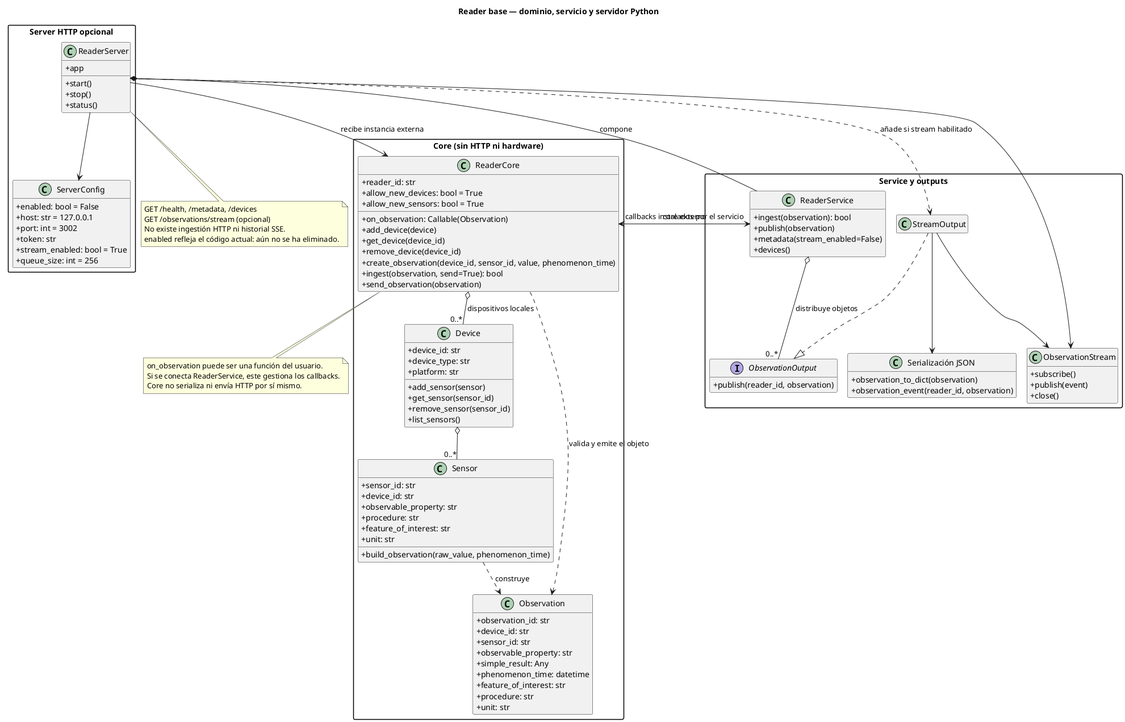
Above: docs/reader.png in ParriCode/phonedo (PlantUML), before the change.
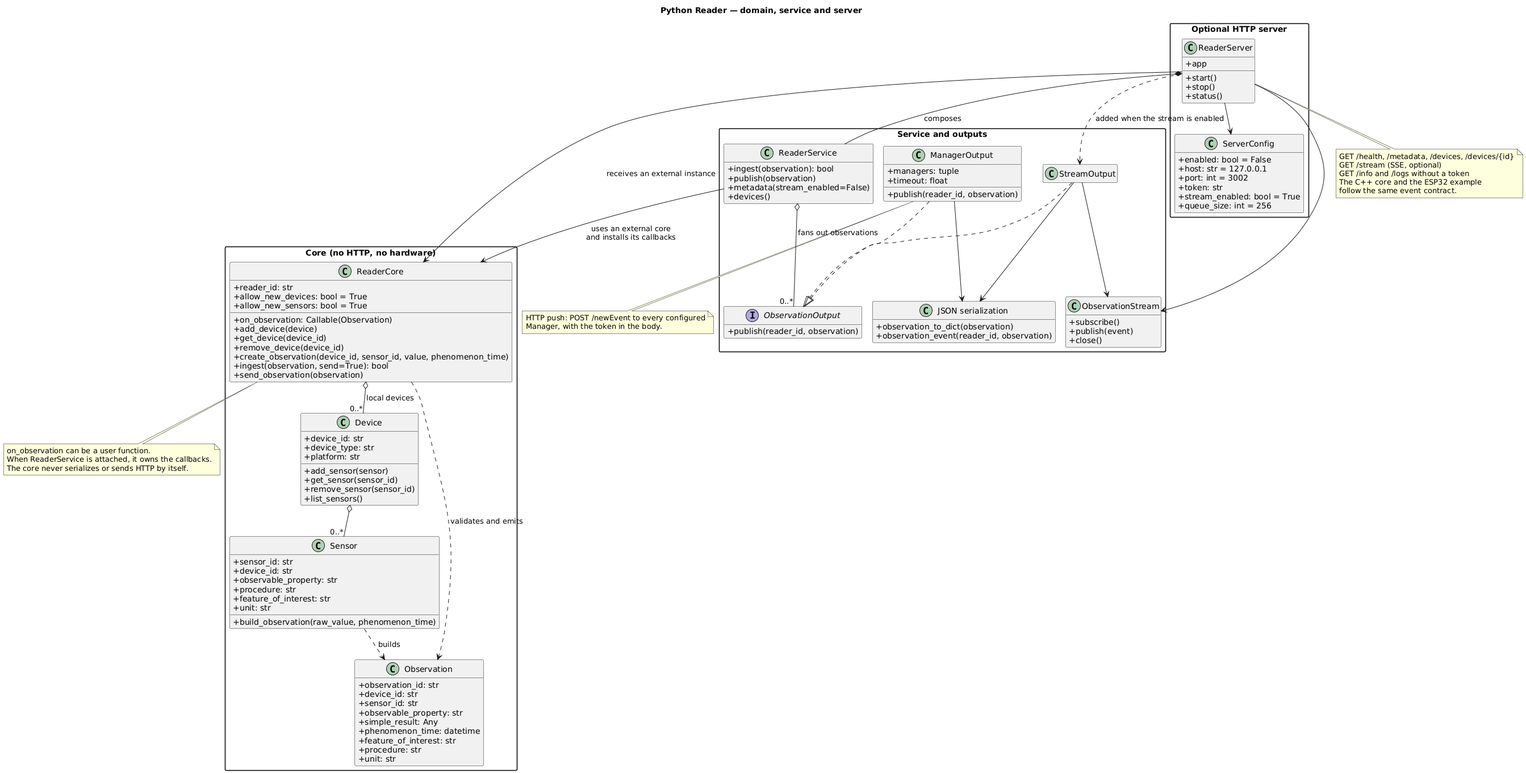
After the change.

Change to the diagram source:
```diff
@@ -3,9 +3,9 @@
 skinparam classAttributeIconSize 0
 skinparam packageStyle rectangle
 hide empty members
-title Reader base — dominio, servicio y servidor Python
+title Python Reader — domain, service and server
 
-package "Core (sin HTTP ni hardware)" {
+package "Core (no HTTP, no hardware)" {
   class ReaderCore {
     +reader_id: str
     +allow_new_devices: bool = True
@@ -48,7 +48,7 @@
     +unit: str
   }
 }
-package "Service y outputs" {
+package "Service and outputs" {
   class ReaderService {
     +ingest(observation): bool
     +publish(observation)
@@ -59,17 +59,22 @@
     +publish(reader_id, observation)
   }
   class StreamOutput
+  class ManagerOutput {
+    +managers: tuple
+    +timeout: float
+    +publish(reader_id, observation)
+  }
   class ObservationStream {
     +subscribe()
     +publish(event)
     +close()
   }
-  class "Serialización JSON" as JSON {
+  class "JSON serialization" as JSON {
     +observation_to_dict(observation)
     +observation_event(reader_id, observation)
   }
 }
-package "Server HTTP opcional" {
+package "Optional HTTP server" {
   class ReaderServer {
     +start()
     +stop()
@@ -85,30 +90,36 @@
     +queue_size: int = 256
   }
 }
-ReaderCore o-- "0..*" Device : dispositivos locales
+ReaderCore o-- "0..*" Device : local devices
 Device o-- "0..*" Sensor
-Sensor ..> Observation : construye
-ReaderCore ..> Observation : valida y emite el objeto
-ReaderService --> ReaderCore : core externo
-ReaderCore --> ReaderService : callbacks instalados por el servicio
-ReaderService o-- "0..*" ObservationOutput : distribuye objetos
+Sensor ..> Observation : builds
+ReaderCore ..> Observation : validates and emits
+ReaderService --> ReaderCore : uses an external core\nand installs its callbacks
+ReaderService o-- "0..*" ObservationOutput : fans out observations
 StreamOutput ..|> ObservationOutput
+ManagerOutput ..|> ObservationOutput
 StreamOutput --> JSON
+ManagerOutput --> JSON
 StreamOutput --> ObservationStream
-ReaderServer *-- ReaderService : compone
-ReaderServer --> ReaderCore : recibe instancia externa
+ReaderServer *-- ReaderService : composes
+ReaderServer --> ReaderCore : receives an external instance
 ReaderServer --> ServerConfig
 ReaderServer --> ObservationStream
-ReaderServer ..> StreamOutput : añade si stream habilitado
+ReaderServer ..> StreamOutput : added when the stream is enabled
 note bottom of ReaderCore
-  on_observation puede ser una función del usuario.
-  Si se conecta ReaderService, este gestiona los callbacks.
-  Core no serializa ni envía HTTP por sí mismo.
+  on_observation can be a user function.
+  When ReaderService is attached, it owns the callbacks.
+  The core never serializes or sends HTTP by itself.
+end note
+note bottom of ManagerOutput
+  HTTP push: POST /newEvent to every configured
+  Manager, with the token in the body.
 end note
 note bottom of ReaderServer
-  GET /health, /metadata, /devices
-  GET /observations/stream (opcional)
-  No existe ingestión HTTP ni historial SSE.
-  enabled refleja el código actual: aún no se ha eliminado.
+  GET /health, /metadata, /devices, /devices/{id}
+  GET /stream (SSE, optional)
+  GET /info and /logs without a token
+  The C++ core and the ESP32 example
+  follow the same event contract.
 end note
 @enduml
```
